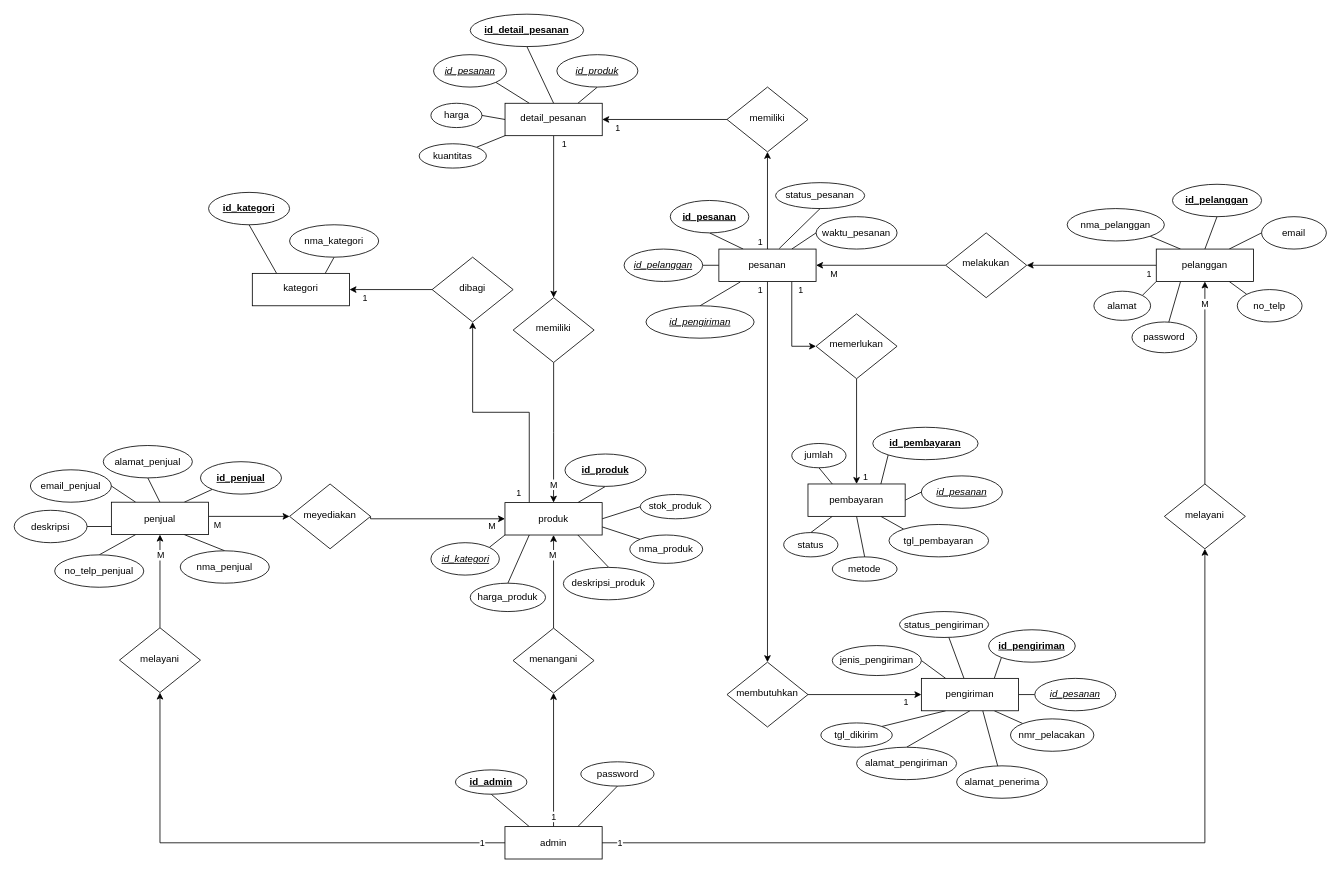
vinnnna/sistem-basis-data keeps this draw.io diagram as e-commerce_erd.drawio. Above is the earlier version. Source tidied: cells renumbered, new cells numbered last; positions are measured from the earlier drawing's top-left corner, leaving out a move shared by most shapes. Both pictures are drawn from the tidied source at 81%, with x=0, y=0 at pixel (14, 14).
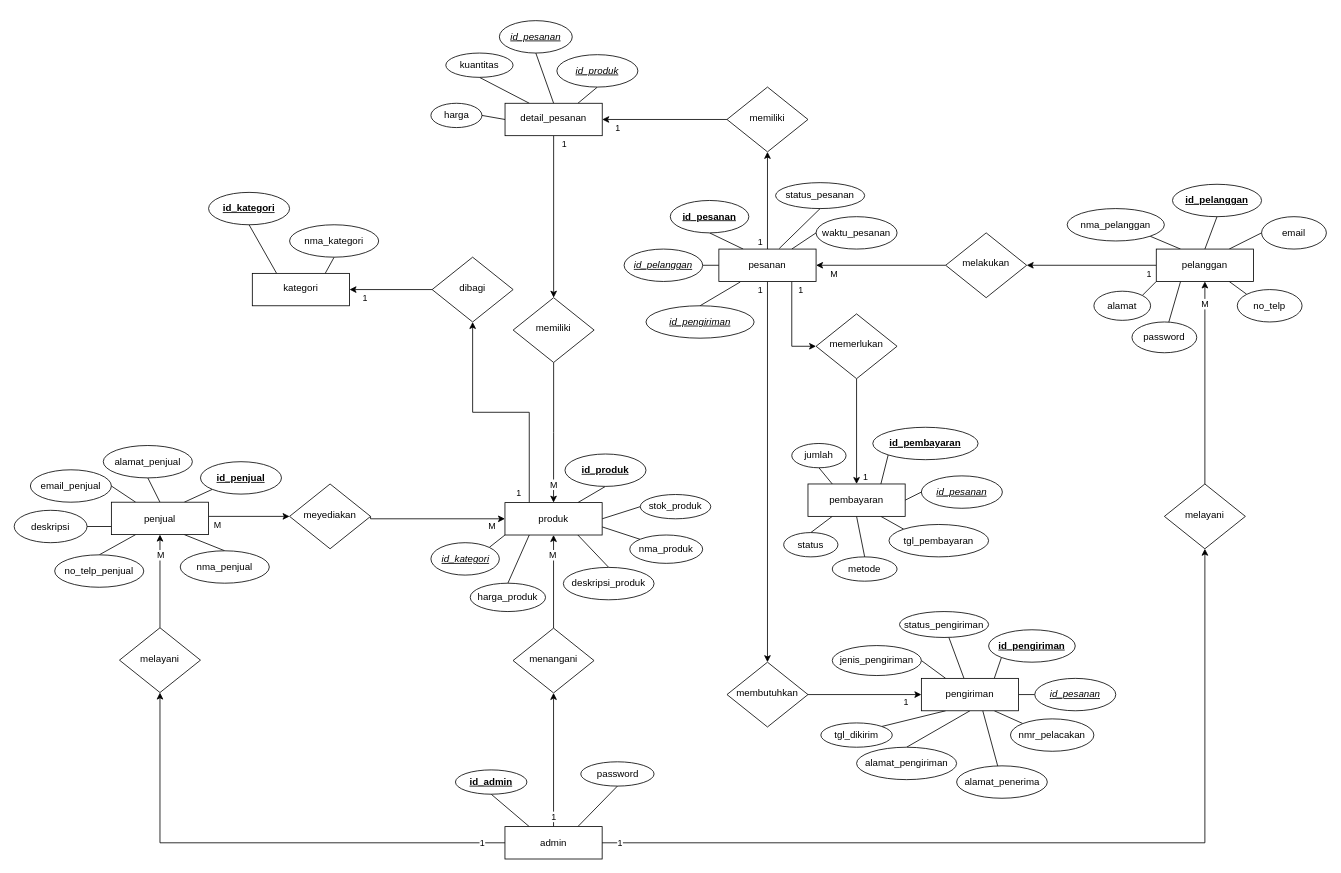
The same diagram, later.

Unchanged cells that the change refers to:
```xml
<mxCell id="87" value="detail_pesanan" style="whiteSpace=wrap;html=1;shadow=0;strokeWidth=1;spacing=6;spacingTop=-4;" parent="1" vertex="1">
  <mxGeometry x="606" y="110" width="120" height="40" as="geometry" />
</mxCell>
```

What changed in the source:
```diff
@@
-    <mxCell id="82" style="rounded=0;jettySize=auto;html=1;endArrow=none;endFill=0;exitX=0;exitY=1;exitDx=0;exitDy=0;entryX=1;entryY=0;entryDx=0;entryDy=0;" parent="1" edge="1" source="87" target="110">
+    <mxCell id="82" style="rounded=0;jettySize=auto;html=1;endArrow=none;endFill=0;exitX=0.25;exitY=0;exitDx=0;exitDy=0;entryX=0.5;entryY=1;entryDx=0;entryDy=0;" parent="1" edge="1" source="87" target="110">
       <mxGeometry relative="1" as="geometry" />
     </mxCell>
-    <mxCell id="83" style="rounded=0;jettySize=auto;html=1;exitX=0.5;exitY=0;exitDx=0;exitDy=0;entryX=0.5;entryY=1;entryDx=0;entryDy=0;endArrow=none;endFill=0;" parent="1" edge="1" source="87" target="111">
-      <mxGeometry relative="1" as="geometry" />
-    </mxCell>
@@
-    <mxCell id="85" style="rounded=0;jettySize=auto;html=1;exitX=0.25;exitY=0;exitDx=0;exitDy=0;entryX=1;entryY=1;entryDx=0;entryDy=0;endArrow=none;endFill=0;" parent="1" edge="1" source="87" target="113">
+    <mxCell id="85" style="rounded=0;jettySize=auto;html=1;exitX=0.5;exitY=0;exitDx=0;exitDy=0;entryX=0.5;entryY=1;entryDx=0;entryDy=0;endArrow=none;endFill=0;" parent="1" edge="1" source="87" target="113">
       <mxGeometry relative="1" as="geometry" />
     </mxCell>
@@
     <mxCell id="110" value="kuantitas" style="ellipse;whiteSpace=wrap;html=1;fontStyle=0;" parent="1" vertex="1">
-      <mxGeometry x="500" y="160" width="83" height="30" as="geometry" />
+      <mxGeometry x="532.9" y="48" width="83" height="30" as="geometry" />
     </mxCell>
-    <mxCell id="111" value="id_detail_pesanan" style="ellipse;whiteSpace=wrap;html=1;fontStyle=5;" parent="1" vertex="1">
-      <mxGeometry x="563" width="140" height="40" as="geometry" />
-    </mxCell>
@@
     <mxCell id="113" value="id_pesanan" style="ellipse;whiteSpace=wrap;html=1;fontStyle=6;" parent="1" vertex="1">
-      <mxGeometry x="517.8" y="50" width="90" height="40" as="geometry" />
+      <mxGeometry x="599" y="8" width="90" height="40" as="geometry" />
     </mxCell>
```
